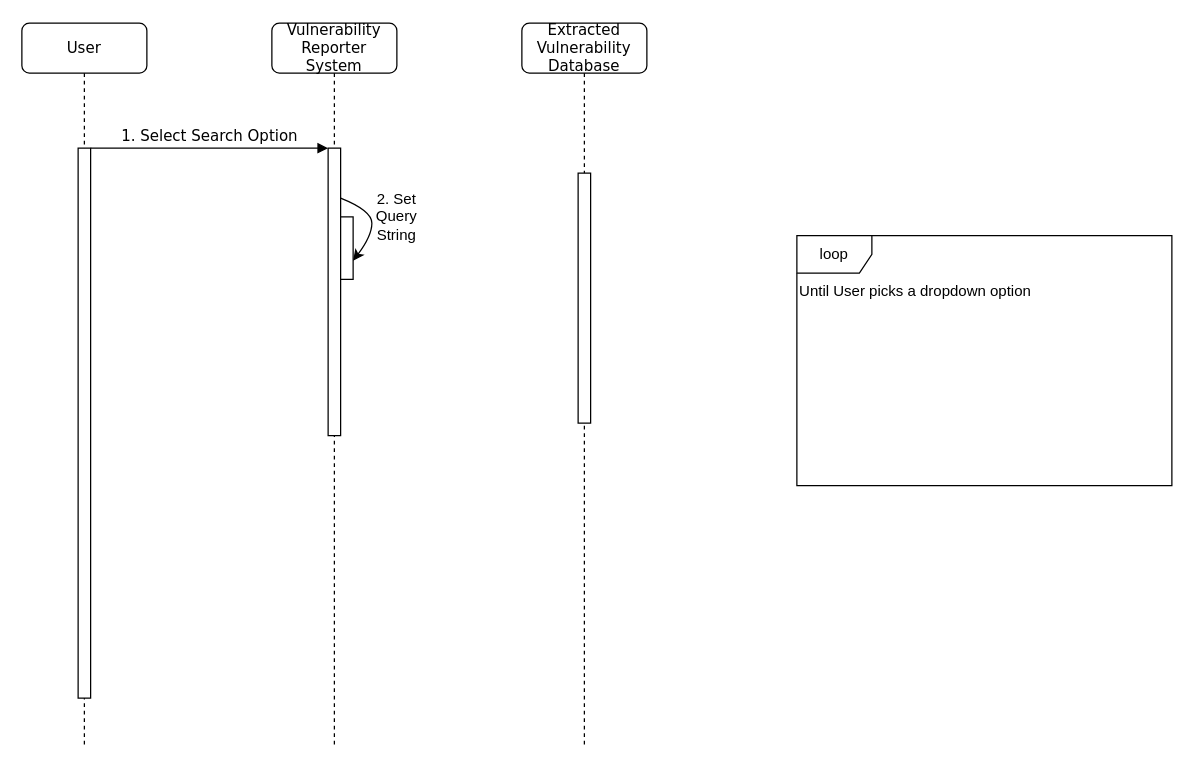
Before: SearchBar_Project.drawio in critschris/COMP-354, a draw.io diagram. Source tidied: cells renumbered, new cells numbered last; positions are measured from the earlier drawing's top-left corner, leaving out a move shared by most shapes. Both pictures are drawn from the tidied source at 125%, with x=0, y=0 at pixel (21, 22).
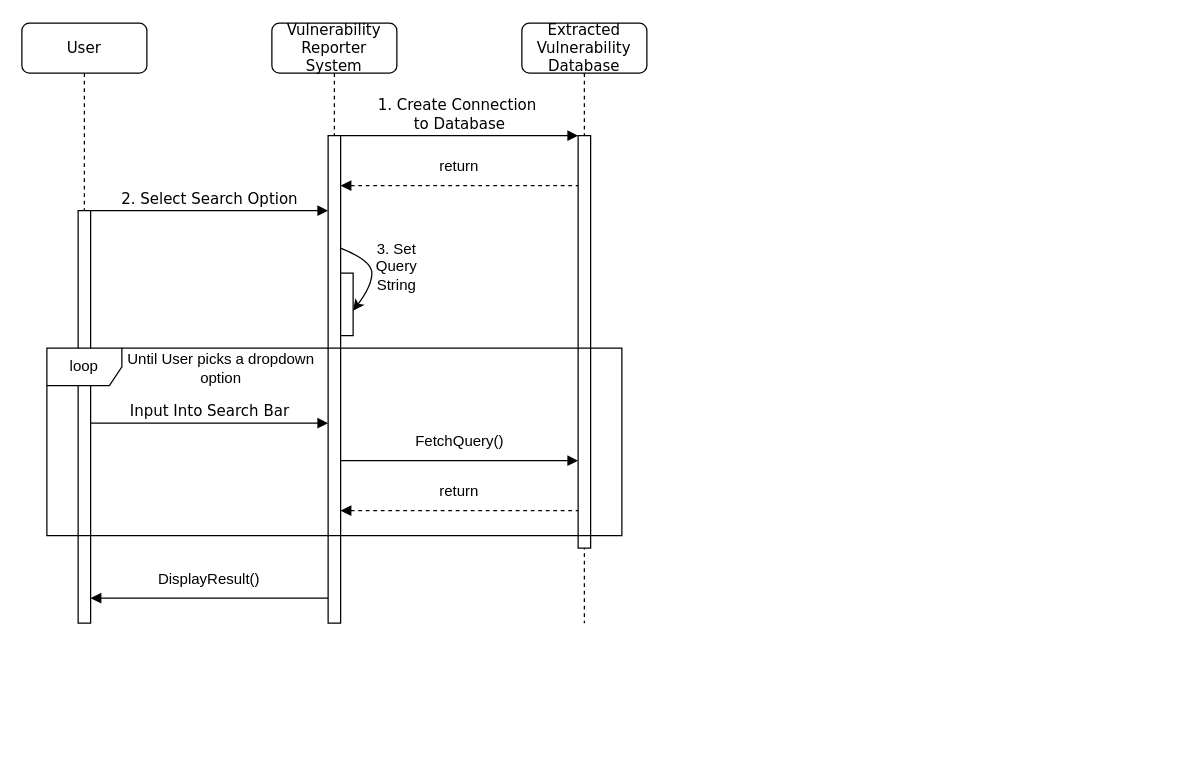
The same diagram, later.

What changed in the source:
```diff
@@
     <mxCell id="2" value="Vulnerability&lt;div&gt;Reporter System&lt;/div&gt;" style="shape=umlLifeline;perimeter=lifelinePerimeter;whiteSpace=wrap;html=1;rounded=1;shadow=0;comic=0;labelBackgroundColor=none;strokeWidth=1;fontFamily=Verdana;fontSize=12;align=center;" parent="1" vertex="1">
-      <mxGeometry x="200" width="100" height="580" as="geometry" />
+      <mxGeometry x="200" width="100" height="480" as="geometry" />
     </mxCell>
     <mxCell id="3" style="html=1;points=[];perimeter=orthogonalPerimeter;rounded=0;shadow=0;comic=0;labelBackgroundColor=none;strokeWidth=1;fontFamily=Verdana;fontSize=12;align=center;" parent="2" vertex="1">
-      <mxGeometry x="45" y="100" width="10" height="230" as="geometry" />
+      <mxGeometry x="45" y="90" width="10" height="390" as="geometry" />
     </mxCell>
     <mxCell id="4" style="html=1;perimeter=orthogonalPerimeter;rounded=0;shadow=0;comic=0;labelBackgroundColor=none;strokeWidth=1;fontFamily=Verdana;fontSize=12;align=center;" parent="2" vertex="1">
-      <mxGeometry x="55" y="155" width="10" height="50" as="geometry" />
+      <mxGeometry x="55" y="200" width="10" height="50" as="geometry" />
     </mxCell>
     <mxCell id="5" style="curved=1;endArrow=classic;html=1;rounded=0;" parent="2" edge="1">
       <mxGeometry relative="1" as="geometry">
-        <mxPoint x="55" y="140" as="sourcePoint" />
-        <mxPoint x="65" y="190" as="targetPoint" />
+        <mxPoint x="55" y="180" as="sourcePoint" />
+        <mxPoint x="65" y="230" as="targetPoint" />
         <Array as="points">
-          <mxPoint x="80" y="150" />
-          <mxPoint x="80" y="170" />
+          <mxPoint x="80" y="190" />
+          <mxPoint x="80" y="210" />
         </Array>
       </mxGeometry>
     </mxCell>
+    <mxCell id="15" value="1. Create Connection&amp;nbsp;&lt;div&gt;to Database&lt;/div&gt;" style="html=1;verticalAlign=bottom;endArrow=block;entryX=0;entryY=0;labelBackgroundColor=none;fontFamily=Verdana;fontSize=12;edgeStyle=elbowEdgeStyle;elbow=vertical;" parent="2" edge="1">
+      <mxGeometry relative="1" as="geometry">
+        <mxPoint x="55" y="90" as="sourcePoint" />
+        <mxPoint x="245" y="90" as="targetPoint" />
+      </mxGeometry>
+    </mxCell>
+    <mxCell id="16" style="html=1;verticalAlign=bottom;endArrow=block;labelBackgroundColor=none;fontFamily=Verdana;fontSize=12;elbow=vertical;" parent="2" edge="1">
+      <mxGeometry relative="1" as="geometry">
+        <mxPoint x="55" y="350" as="sourcePoint" />
+        <mxPoint x="245" y="350" as="targetPoint" />
+      </mxGeometry>
+    </mxCell>
+    <mxCell id="17" style="group;" parent="2" vertex="1">
+      <mxGeometry x="-145" y="430" width="190" height="30" as="geometry" />
+    </mxCell>
+    <mxCell id="18" style="endArrow=none;html=1;rounded=0;startArrow=block;startFill=1;" parent="17" edge="1">
+      <mxGeometry relative="1" as="geometry">
+        <mxPoint y="30" as="sourcePoint" />
+        <mxPoint x="190" y="30" as="targetPoint" />
+      </mxGeometry>
+    </mxCell>
+    <mxCell id="19" value="DisplayResult()" style="text;html=1;align=center;verticalAlign=middle;whiteSpace=wrap;rounded=0;" parent="17" vertex="1">
+      <mxGeometry x="65" width="60" height="30" as="geometry" />
+    </mxCell>
     <mxCell id="6" value="&lt;div&gt;Extracted&lt;/div&gt;Vulnerability&lt;div&gt;Database&lt;/div&gt;" style="shape=umlLifeline;perimeter=lifelinePerimeter;whiteSpace=wrap;html=1;rounded=1;shadow=0;comic=0;labelBackgroundColor=none;strokeWidth=1;fontFamily=Verdana;fontSize=12;align=center;" parent="1" vertex="1">
-      <mxGeometry x="400" width="100" height="580" as="geometry" />
+      <mxGeometry x="400" width="100" height="480" as="geometry" />
     </mxCell>
     <mxCell id="7" style="html=1;perimeter=orthogonalPerimeter;rounded=0;shadow=0;comic=0;labelBackgroundColor=none;strokeWidth=1;fontFamily=Verdana;fontSize=12;align=center;" parent="6" vertex="1">
-      <mxGeometry x="45" y="120" width="10" height="200" as="geometry" />
+      <mxGeometry x="45" y="90" width="10" height="330" as="geometry" />
     </mxCell>
     <mxCell id="8" value="User" style="shape=umlLifeline;perimeter=lifelinePerimeter;whiteSpace=wrap;html=1;rounded=1;shadow=0;comic=0;labelBackgroundColor=none;strokeWidth=1;fontFamily=Verdana;fontSize=12;align=center;" parent="1" vertex="1">
-      <mxGeometry width="100" height="580" as="geometry" />
+      <mxGeometry width="100" height="480" as="geometry" />
     </mxCell>
     <mxCell id="9" style="html=1;points=[];perimeter=orthogonalPerimeter;rounded=0;shadow=0;comic=0;labelBackgroundColor=none;strokeWidth=1;fontFamily=Verdana;fontSize=12;align=center;" parent="8" vertex="1">
-      <mxGeometry x="45" y="100" width="10" height="440" as="geometry" />
+      <mxGeometry x="45" y="150" width="10" height="330" as="geometry" />
     </mxCell>
-    <mxCell id="10" value="1. Select Search Option" style="html=1;verticalAlign=bottom;endArrow=block;entryX=0;entryY=0;labelBackgroundColor=none;fontFamily=Verdana;fontSize=12;edgeStyle=elbowEdgeStyle;elbow=vertical;" parent="1" edge="1" source="9" target="3">
-      <mxGeometry relative="1" as="geometry" />
+    <mxCell id="10" value="2. Select Search Option" style="html=1;verticalAlign=bottom;endArrow=block;labelBackgroundColor=none;fontFamily=Verdana;fontSize=12;elbow=vertical;" parent="1" edge="1" source="9">
+      <mxGeometry relative="1" as="geometry">
+        <mxPoint x="245" y="150" as="targetPoint" />
+      </mxGeometry>
     </mxCell>
-    <mxCell id="11" value="2. Set Query String" style="text;html=1;align=center;verticalAlign=middle;whiteSpace=wrap;rounded=0;" parent="1" vertex="1">
-      <mxGeometry x="270" y="140" width="60" height="30" as="geometry" />
+    <mxCell id="11" value="3. Set Query String" style="text;html=1;align=center;verticalAlign=middle;whiteSpace=wrap;rounded=0;" parent="1" vertex="1">
+      <mxGeometry x="270" y="180" width="60" height="30" as="geometry" />
     </mxCell>
-    <mxCell id="12" style="group;" parent="1" vertex="1">
-      <mxGeometry x="620" y="170" width="300" height="200" as="geometry" />
-    </mxCell>
+    <mxCell id="20" value="Input Into Search Bar" style="html=1;verticalAlign=bottom;endArrow=block;labelBackgroundColor=none;fontFamily=Verdana;fontSize=12;elbow=vertical;" parent="1" edge="1">
+      <mxGeometry relative="1" as="geometry">
+        <mxPoint x="55" y="320" as="sourcePoint" />
+        <mxPoint x="245" y="320" as="targetPoint" />
+      </mxGeometry>
+    </mxCell>
+    <mxCell id="21" value="FetchQuery()" style="text;html=1;align=center;verticalAlign=middle;strokeColor=none;fillColor=none;" parent="1" vertex="1">
+      <mxGeometry x="305" y="320" width="90" height="30" as="geometry" />
+    </mxCell>
+    <mxCell id="22" style="group;" parent="1" vertex="1">
+      <mxGeometry x="255" y="100" width="190" height="30" as="geometry" />
+    </mxCell>
+    <mxCell id="23" style="endArrow=none;html=1;rounded=0;startArrow=block;startFill=1;dashed=1;" parent="22" edge="1">
+      <mxGeometry relative="1" as="geometry">
+        <mxPoint y="30" as="sourcePoint" />
+        <mxPoint x="190" y="30" as="targetPoint" />
+      </mxGeometry>
+    </mxCell>
+    <mxCell id="24" value="return" style="text;html=1;align=center;verticalAlign=middle;whiteSpace=wrap;rounded=0;" parent="22" vertex="1">
+      <mxGeometry x="65" width="60" height="30" as="geometry" />
+    </mxCell>
+    <mxCell id="25" style="group;" parent="1" vertex="1">
+      <mxGeometry x="255" y="360" width="190" height="30" as="geometry" />
+    </mxCell>
+    <mxCell id="26" style="endArrow=none;html=1;rounded=0;startArrow=block;startFill=1;dashed=1;" parent="25" edge="1">
+      <mxGeometry relative="1" as="geometry">
+        <mxPoint y="30" as="sourcePoint" />
+        <mxPoint x="190" y="30" as="targetPoint" />
+      </mxGeometry>
+    </mxCell>
+    <mxCell id="27" value="return" style="text;html=1;align=center;verticalAlign=middle;whiteSpace=wrap;rounded=0;" parent="25" vertex="1">
+      <mxGeometry x="65" width="60" height="30" as="geometry" />
+    </mxCell>
-    <mxCell id="13" value="loop" style="shape=umlFrame;whiteSpace=wrap;html=1;" parent="12" vertex="1">
-      <mxGeometry width="300" height="200" as="geometry" />
+    <mxCell id="13" value="loop" style="shape=umlFrame;whiteSpace=wrap;html=1;" parent="1" vertex="1">
+      <mxGeometry x="20" y="260" width="460" height="150" as="geometry" />
     </mxCell>
-    <mxCell id="14" value="Until User picks a dropdown option" style="text;html=1;align=center;verticalAlign=middle;whiteSpace=wrap;rounded=0;" parent="12" vertex="1">
-      <mxGeometry y="30" width="190" height="30" as="geometry" />
+    <mxCell id="14" value="Until User picks a dropdown option" style="text;html=1;align=center;verticalAlign=middle;whiteSpace=wrap;rounded=0;fillColor=none;" parent="1" vertex="1">
+      <mxGeometry x="78.7" y="260" width="161.3" height="32.5" as="geometry" />
     </mxCell>
```
